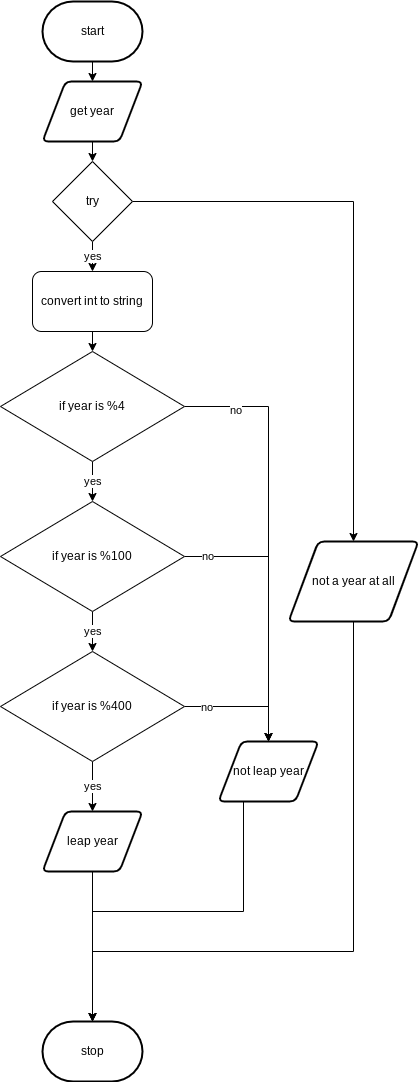
Before: flow.png, a diagram exported from draw.io (devin-jhu/ICS3U-Unit3-08-Python). Source tidied: cells renumbered, new cells last; positions are measured from the earlier drawing's top-left corner, leaving out a move shared by most shapes. The source it was exported from:
```xml
<mxGraphModel>
  <root>
    <mxCell id="0" />
    <mxCell id="1" parent="0" />
    <mxCell id="2" style="edgeStyle=none;html=1;exitX=0.5;exitY=1;exitDx=0;exitDy=0;exitPerimeter=0;" parent="1" edge="1" source="3" target="5">
      <mxGeometry relative="1" as="geometry" />
    </mxCell>
    <mxCell id="3" value="start" style="strokeWidth=2;html=1;shape=mxgraph.flowchart.terminator;whiteSpace=wrap;" parent="1" vertex="1">
      <mxGeometry x="42" width="100" height="60" as="geometry" />
    </mxCell>
    <mxCell id="4" style="edgeStyle=none;html=1;exitX=0.5;exitY=1;exitDx=0;exitDy=0;" parent="1" edge="1" source="5" target="17">
      <mxGeometry relative="1" as="geometry" />
    </mxCell>
    <mxCell id="5" value="get year" style="shape=parallelogram;html=1;strokeWidth=2;perimeter=parallelogramPerimeter;whiteSpace=wrap;rounded=1;arcSize=12;size=0.23;" parent="1" vertex="1">
      <mxGeometry x="42" y="80" width="100" height="60" as="geometry" />
    </mxCell>
    <mxCell id="6" style="edgeStyle=orthogonalEdgeStyle;html=1;exitX=1;exitY=0.5;exitDx=0;exitDy=0;entryX=0.5;entryY=0;entryDx=0;entryDy=0;rounded=0;" parent="1" edge="1" source="12" target="10">
      <mxGeometry relative="1" as="geometry" />
    </mxCell>
    <mxCell id="7" value="no" style="edgeLabel;html=1;align=center;verticalAlign=middle;fontSize=11;fontFamily=Helvetica;fontColor=default;" parent="6" vertex="1">
      <mxGeometry x="-0.76" y="-3" relative="1" as="geometry" />
    </mxCell>
    <mxCell id="8" value="stop" style="strokeWidth=2;html=1;shape=mxgraph.flowchart.terminator;whiteSpace=wrap;" parent="1" vertex="1">
      <mxGeometry x="42" y="1020" width="100" height="60" as="geometry" />
    </mxCell>
    <mxCell id="9" style="edgeStyle=orthogonalEdgeStyle;rounded=0;html=1;exitX=0.25;exitY=1;exitDx=0;exitDy=0;" parent="1" edge="1" source="10" target="8">
      <mxGeometry relative="1" as="geometry" />
    </mxCell>
    <mxCell id="10" value="not leap year" style="shape=parallelogram;html=1;strokeWidth=2;perimeter=parallelogramPerimeter;whiteSpace=wrap;rounded=1;arcSize=12;size=0.23;" parent="1" vertex="1">
      <mxGeometry x="218" y="740" width="100" height="60" as="geometry" />
    </mxCell>
    <mxCell id="11" value="yes" style="edgeStyle=none;html=1;exitX=0.5;exitY=1;exitDx=0;exitDy=0;" parent="1" edge="1" source="12" target="21">
      <mxGeometry relative="1" as="geometry" />
    </mxCell>
    <mxCell id="12" value="if year is %4" style="rhombus;whiteSpace=wrap;html=1;" parent="1" vertex="1">
      <mxGeometry y="350" width="184" height="110" as="geometry" />
    </mxCell>
    <mxCell id="13" style="edgeStyle=none;html=1;exitX=0.5;exitY=1;exitDx=0;exitDy=0;entryX=0.5;entryY=0;entryDx=0;entryDy=0;" parent="1" edge="1" source="14" target="12">
      <mxGeometry relative="1" as="geometry" />
    </mxCell>
    <mxCell id="14" value="convert int to string" style="rounded=1;whiteSpace=wrap;html=1;" parent="1" vertex="1">
      <mxGeometry x="32" y="270" width="120" height="60" as="geometry" />
    </mxCell>
    <mxCell id="15" value="yes" style="edgeStyle=none;html=1;exitX=0.5;exitY=1;exitDx=0;exitDy=0;" parent="1" edge="1" source="17" target="14">
      <mxGeometry relative="1" as="geometry" />
    </mxCell>
    <mxCell id="16" style="edgeStyle=orthogonalEdgeStyle;rounded=0;html=1;exitX=1;exitY=0.5;exitDx=0;exitDy=0;entryX=0.5;entryY=0;entryDx=0;entryDy=0;" parent="1" edge="1" source="17" target="29">
      <mxGeometry relative="1" as="geometry" />
    </mxCell>
    <mxCell id="17" value="try" style="rhombus;whiteSpace=wrap;html=1;" parent="1" vertex="1">
      <mxGeometry x="52" y="160" width="80" height="80" as="geometry" />
    </mxCell>
    <mxCell id="18" value="yes" style="edgeStyle=none;html=1;exitX=0.5;exitY=1;exitDx=0;exitDy=0;" parent="1" edge="1" source="21" target="25">
      <mxGeometry relative="1" as="geometry" />
    </mxCell>
    <mxCell id="19" style="edgeStyle=orthogonalEdgeStyle;html=1;exitX=1;exitY=0.5;exitDx=0;exitDy=0;entryX=0.5;entryY=0;entryDx=0;entryDy=0;rounded=0;" parent="1" edge="1" source="21" target="10">
      <mxGeometry relative="1" as="geometry" />
    </mxCell>
    <mxCell id="20" value="no" style="edgeLabel;html=1;align=center;verticalAlign=middle;" parent="19" vertex="1">
      <mxGeometry x="-0.84" y="1" relative="1" as="geometry" />
    </mxCell>
    <mxCell id="21" value="if year is %100" style="rhombus;whiteSpace=wrap;html=1;" parent="1" vertex="1">
      <mxGeometry y="500" width="184" height="110" as="geometry" />
    </mxCell>
    <mxCell id="22" style="edgeStyle=orthogonalEdgeStyle;rounded=0;html=1;exitX=1;exitY=0.5;exitDx=0;exitDy=0;entryX=0.5;entryY=0;entryDx=0;entryDy=0;" parent="1" edge="1" source="25" target="10">
      <mxGeometry relative="1" as="geometry" />
    </mxCell>
    <mxCell id="23" value="no" style="edgeLabel;html=1;align=center;verticalAlign=middle;" parent="22" vertex="1">
      <mxGeometry x="-0.65" relative="1" as="geometry" />
    </mxCell>
    <mxCell id="24" value="yes" style="edgeStyle=orthogonalEdgeStyle;rounded=0;html=1;exitX=0.5;exitY=1;exitDx=0;exitDy=0;" parent="1" edge="1" source="25" target="27">
      <mxGeometry relative="1" as="geometry" />
    </mxCell>
    <mxCell id="25" value="if year is %400" style="rhombus;whiteSpace=wrap;html=1;" parent="1" vertex="1">
      <mxGeometry y="650" width="184" height="110" as="geometry" />
    </mxCell>
    <mxCell id="26" style="edgeStyle=orthogonalEdgeStyle;rounded=0;html=1;exitX=0.5;exitY=1;exitDx=0;exitDy=0;" parent="1" edge="1" source="27" target="8">
      <mxGeometry relative="1" as="geometry" />
    </mxCell>
    <mxCell id="27" value="leap year" style="shape=parallelogram;html=1;strokeWidth=2;perimeter=parallelogramPerimeter;whiteSpace=wrap;rounded=1;arcSize=12;size=0.23;" parent="1" vertex="1">
      <mxGeometry x="42" y="810" width="100" height="60" as="geometry" />
    </mxCell>
    <mxCell id="28" style="edgeStyle=orthogonalEdgeStyle;rounded=0;html=1;exitX=0.5;exitY=1;exitDx=0;exitDy=0;entryX=0.5;entryY=0;entryDx=0;entryDy=0;entryPerimeter=0;" parent="1" edge="1" source="29" target="8">
      <mxGeometry relative="1" as="geometry">
        <Array as="points">
          <mxPoint x="353" y="950" />
          <mxPoint x="92" y="950" />
        </Array>
      </mxGeometry>
    </mxCell>
    <mxCell id="29" value="not a year at all" style="shape=parallelogram;html=1;strokeWidth=2;perimeter=parallelogramPerimeter;whiteSpace=wrap;rounded=1;arcSize=12;size=0.23;" parent="1" vertex="1">
      <mxGeometry x="288" y="540" width="130" height="80" as="geometry" />
    </mxCell>
  </root>
</mxGraphModel>
```
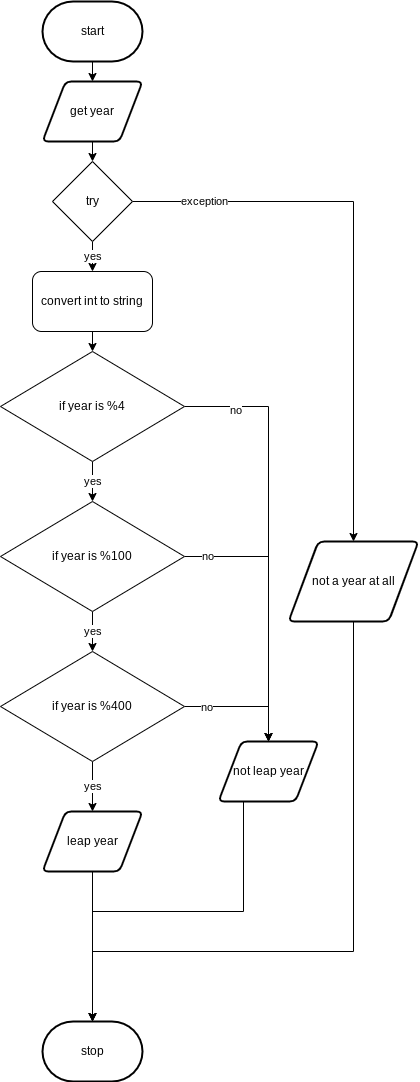
The same diagram one commit later.

The edit, as a diff of the source:
```diff
@@ -47,6 +47,9 @@
     <mxCell id="16" style="edgeStyle=orthogonalEdgeStyle;rounded=0;html=1;exitX=1;exitY=0.5;exitDx=0;exitDy=0;entryX=0.5;entryY=0;entryDx=0;entryDy=0;" parent="1" edge="1" source="17" target="29">
       <mxGeometry relative="1" as="geometry" />
     </mxCell>
+    <mxCell id="30" value="exception" style="edgeLabel;html=1;align=center;verticalAlign=middle;" parent="16" vertex="1">
+      <mxGeometry x="-0.75" y="1" relative="1" as="geometry" />
+    </mxCell>
     <mxCell id="17" value="try" style="rhombus;whiteSpace=wrap;html=1;" parent="1" vertex="1">
       <mxGeometry x="52" y="160" width="80" height="80" as="geometry" />
     </mxCell>
```
